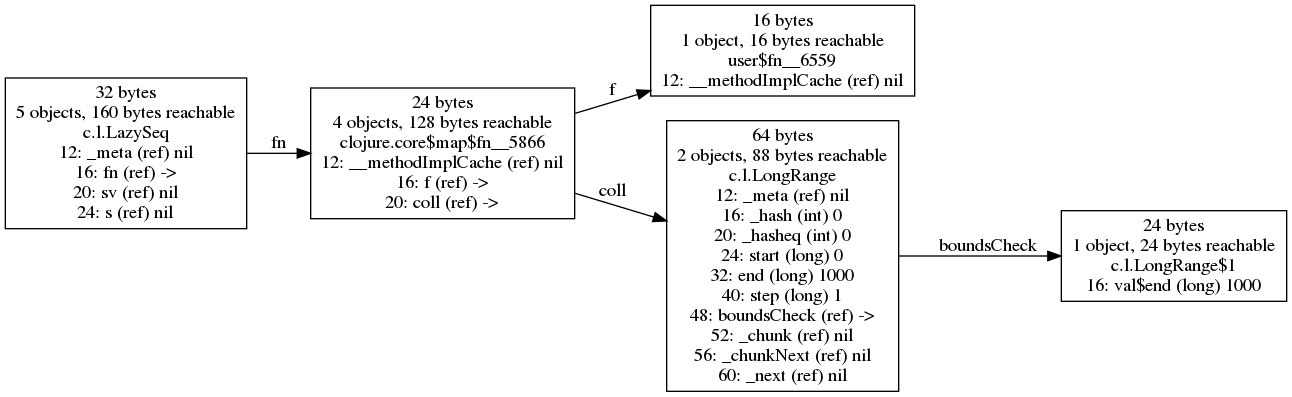
The Graphviz diagram doc/images/chunked-seq-unrealized.png in jafingerhut/cljol, before a commit. Its source is kept beside it as doc/images/chunked-seq-unrealized.dot.
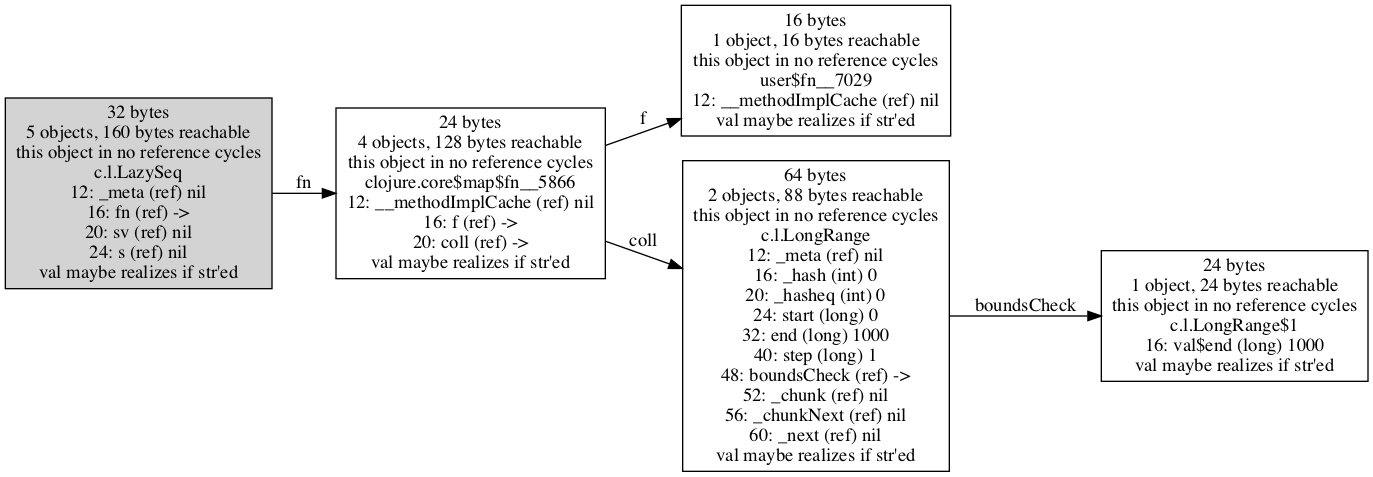
Later version of the same file.

What changed in the source:
```diff
@@ -1,11 +1,14 @@
 digraph {
 graph [layout=dot,rankdir=LR];
-"32315476608" [label="16 bytes
+"31896926152" ["scc-num-nodes"=1,label="16 bytes
 1 object, 16 bytes reachable
-user$fn__6559
-12: __methodImplCache (ref) nil",shape=box];
-"32315478080" [label="64 bytes
+this object in no reference cycles
+user$fn__7029
+12: __methodImplCache (ref) nil
+val maybe realizes if str'ed",shape=box];
+"31896926336" ["scc-num-nodes"=1,label="64 bytes
 2 objects, 88 bytes reachable
+this object in no reference cycles
 c.l.LongRange
 12: _meta (ref) nil
 16: _hash (int) 0
@@ -16,26 +19,33 @@
 48: boundsCheck (ref) ->
 52: _chunk (ref) nil
 56: _chunkNext (ref) nil
-60: _next (ref) nil",shape=box];
-"32315478592" [label="24 bytes
+60: _next (ref) nil
+val maybe realizes if str'ed",shape=box];
+"31896926400" ["scc-num-nodes"=1,label="24 bytes
 1 object, 24 bytes reachable
+this object in no reference cycles
 c.l.LongRange$1
-16: val$end (long) 1000",shape=box];
-"32315480576" [label="32 bytes
+16: val$end (long) 1000
+val maybe realizes if str'ed",shape=box];
+"31896926648" ["scc-num-nodes"=1,style=filled,label="32 bytes
 5 objects, 160 bytes reachable
+this object in no reference cycles
 c.l.LazySeq
 12: _meta (ref) nil
 16: fn (ref) ->
 20: sv (ref) nil
-24: s (ref) nil",shape=box];
-"32315480832" [label="24 bytes
+24: s (ref) nil
+val maybe realizes if str'ed",shape=box];
+"31896926680" ["scc-num-nodes"=1,label="24 bytes
 4 objects, 128 bytes reachable
+this object in no reference cycles
 clojure.core$map$fn__5866
 12: __methodImplCache (ref) nil
 16: f (ref) ->
-20: coll (ref) ->",shape=box];
-"32315478080" -> "32315478592" ["field-name"=boundsCheck,label=boundsCheck];
-"32315480576" -> "32315480832" ["field-name"=fn,label=fn];
-"32315480832" -> "32315476608" ["field-name"=f,label=f];
-"32315480832" -> "32315478080" ["field-name"=coll,label=coll];
+20: coll (ref) ->
+val maybe realizes if str'ed",shape=box];
+"31896926336" -> "31896926400" ["field-name"=boundsCheck,label=boundsCheck];
+"31896926648" -> "31896926680" ["field-name"=fn,label=fn];
+"31896926680" -> "31896926152" ["field-name"=f,label=f];
+"31896926680" -> "31896926336" ["field-name"=coll,label=coll];
 }
```
